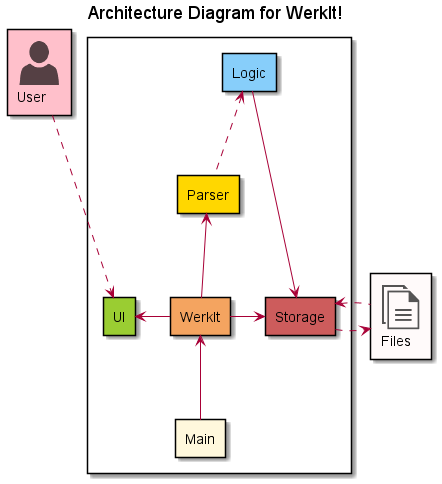
This is docs/high-level-diagram/architecture_diagram.png from nus-cs2113-AY2122S2/tp, a PlantUML export, as it was before one commit.
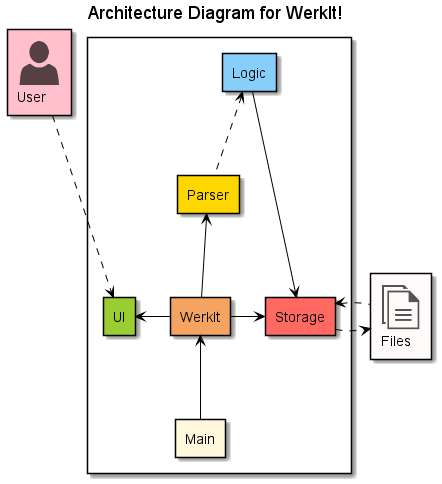
Later version of the same file.

What changed in the source:
```diff
@@ -1,18 +1,19 @@
 @startuml
 !include <office/Concepts/documents>
 !include <office/Users/user>
+!include ../uml/Style.puml
 
 rectangle "<$user>\nUser" as User #Pink
 rectangle "<$documents>\nFiles" as Files #Snow
 
 title Architecture Diagram for WerkIt!
 rectangle {
-rectangle UI #YellowGreen
-rectangle Logic #LightSkyBlue
-rectangle Parser #Gold
-rectangle WerkIt #Sandybrown
-rectangle Main #Cornsilk
-rectangle Storage #IndianRed
+    rectangle UI COLOR_UI
+    rectangle Logic COLOR_LOGIC
+    rectangle Parser COLOR_PARSER
+    rectangle WerkIt COLOR_WERKIT
+    rectangle Main COLOR_MAIN
+    rectangle Storage COLOR_STORAGE
 }
 
 UI<.-up-User
```
